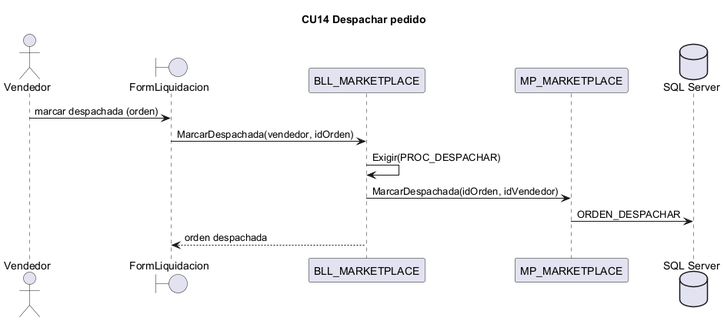
The PlantUML diagram docs/diagramas/secuencias_png/CU14.png in L-Muniz/uai-diploma_2026, before a commit.
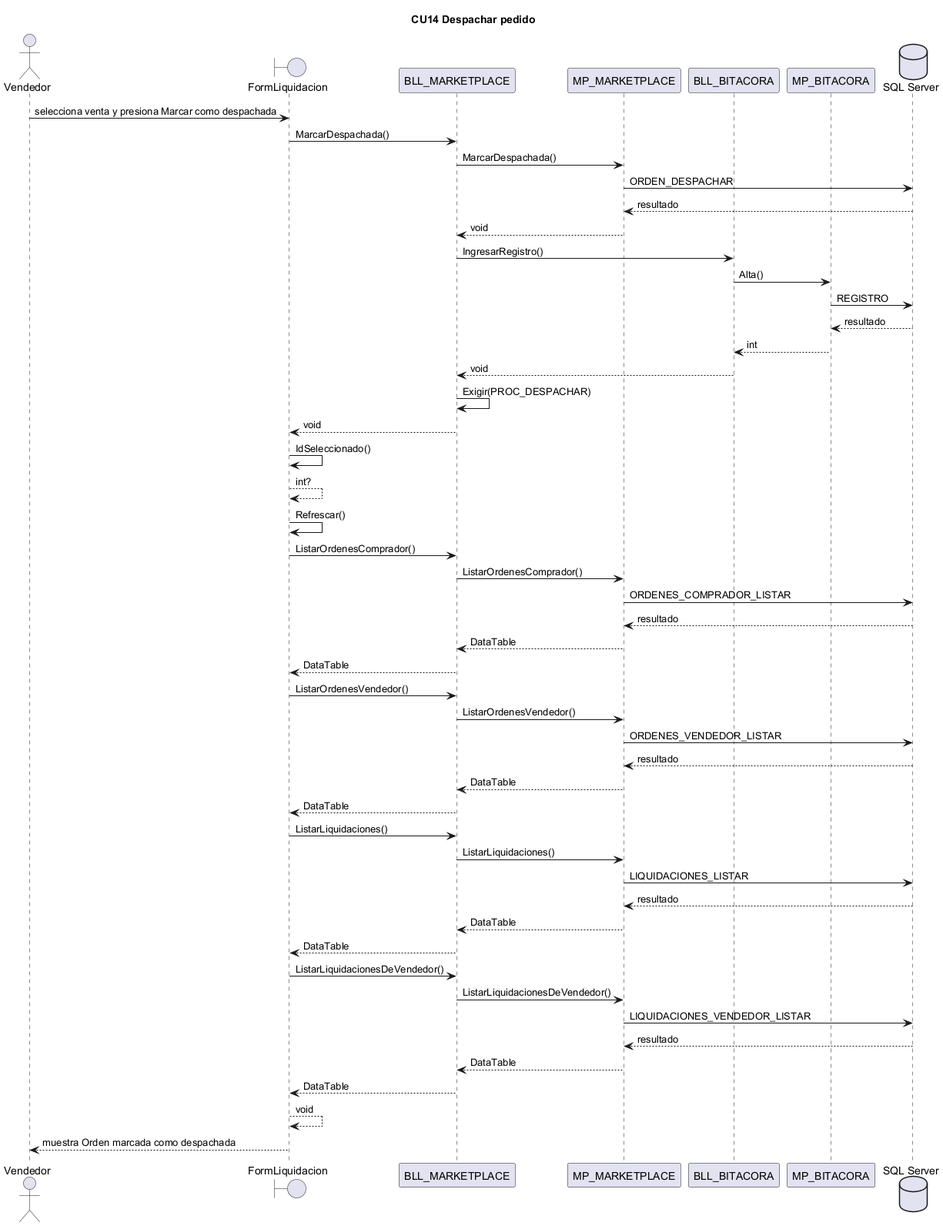
After the commit.

Diff of the diagram source:
```diff
@@ -1,14 +1,53 @@
 @startuml CU14
 title CU14 Despachar pedido
-actor Vendedor
-boundary "FormLiquidacion" as IU
-participant "BLL_MARKETPLACE" as BLL
-participant "MP_MARKETPLACE" as DAL
+actor "Vendedor" as ACT
+boundary FormLiquidacion
+participant BLL_MARKETPLACE
+participant MP_MARKETPLACE
+participant BLL_BITACORA
+participant MP_BITACORA
 database "SQL Server" as BD
-Vendedor -> IU : marcar despachada (orden)
-IU -> BLL : MarcarDespachada(vendedor, idOrden)
-BLL -> BLL : Exigir(PROC_DESPACHAR)
-BLL -> DAL : MarcarDespachada(idOrden, idVendedor)
-DAL -> BD : ORDEN_DESPACHAR
-BLL --> IU : orden despachada
+ACT -> FormLiquidacion : selecciona venta y presiona Marcar como despachada
+FormLiquidacion -> BLL_MARKETPLACE : MarcarDespachada()
+BLL_MARKETPLACE -> MP_MARKETPLACE : MarcarDespachada()
+MP_MARKETPLACE -> BD : ORDEN_DESPACHAR
+BD --> MP_MARKETPLACE : resultado
+MP_MARKETPLACE --> BLL_MARKETPLACE : void
+BLL_MARKETPLACE -> BLL_BITACORA : IngresarRegistro()
+BLL_BITACORA -> MP_BITACORA : Alta()
+MP_BITACORA -> BD : REGISTRO
+BD --> MP_BITACORA : resultado
+MP_BITACORA --> BLL_BITACORA : int
+BLL_BITACORA --> BLL_MARKETPLACE : void
+BLL_MARKETPLACE -> BLL_MARKETPLACE : Exigir(PROC_DESPACHAR)
+BLL_MARKETPLACE --> FormLiquidacion : void
+FormLiquidacion -> FormLiquidacion : IdSeleccionado()
+FormLiquidacion --> FormLiquidacion : int?
+FormLiquidacion -> FormLiquidacion : Refrescar()
+FormLiquidacion -> BLL_MARKETPLACE : ListarOrdenesComprador()
+BLL_MARKETPLACE -> MP_MARKETPLACE : ListarOrdenesComprador()
+MP_MARKETPLACE -> BD : ORDENES_COMPRADOR_LISTAR
+BD --> MP_MARKETPLACE : resultado
+MP_MARKETPLACE --> BLL_MARKETPLACE : DataTable
+BLL_MARKETPLACE --> FormLiquidacion : DataTable
+FormLiquidacion -> BLL_MARKETPLACE : ListarOrdenesVendedor()
+BLL_MARKETPLACE -> MP_MARKETPLACE : ListarOrdenesVendedor()
+MP_MARKETPLACE -> BD : ORDENES_VENDEDOR_LISTAR
+BD --> MP_MARKETPLACE : resultado
+MP_MARKETPLACE --> BLL_MARKETPLACE : DataTable
+BLL_MARKETPLACE --> FormLiquidacion : DataTable
+FormLiquidacion -> BLL_MARKETPLACE : ListarLiquidaciones()
+BLL_MARKETPLACE -> MP_MARKETPLACE : ListarLiquidaciones()
+MP_MARKETPLACE -> BD : LIQUIDACIONES_LISTAR
+BD --> MP_MARKETPLACE : resultado
+MP_MARKETPLACE --> BLL_MARKETPLACE : DataTable
+BLL_MARKETPLACE --> FormLiquidacion : DataTable
+FormLiquidacion -> BLL_MARKETPLACE : ListarLiquidacionesDeVendedor()
+BLL_MARKETPLACE -> MP_MARKETPLACE : ListarLiquidacionesDeVendedor()
+MP_MARKETPLACE -> BD : LIQUIDACIONES_VENDEDOR_LISTAR
+BD --> MP_MARKETPLACE : resultado
+MP_MARKETPLACE --> BLL_MARKETPLACE : DataTable
+BLL_MARKETPLACE --> FormLiquidacion : DataTable
+FormLiquidacion --> FormLiquidacion : void
+FormLiquidacion --> ACT : muestra Orden marcada como despachada
 @enduml
```
